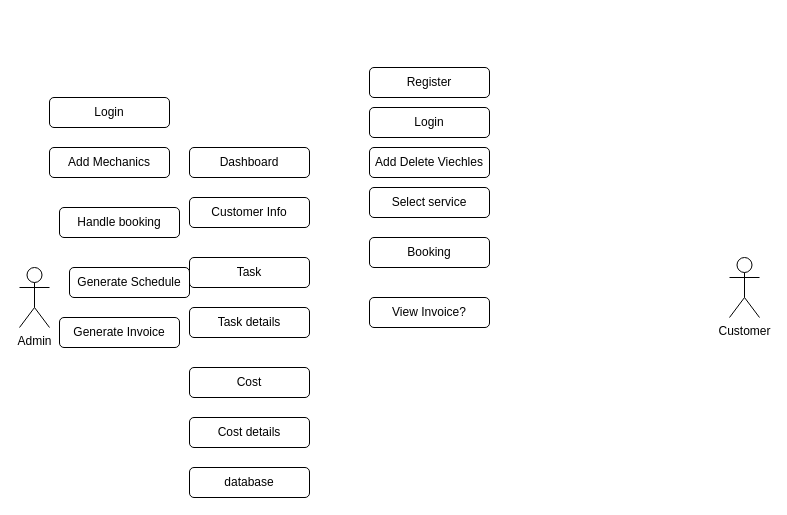
Earlier version of the draw.io diagram Untitled Diagram.drawio (eminishimoto/Garage-management-project). Source tidied: cells renumbered, new cells numbered last; positions are measured from the earlier drawing's top-left corner, leaving out a move shared by most shapes. Both pictures are drawn from the tidied source at 100%, with x=0, y=0 at pixel (19, 67).
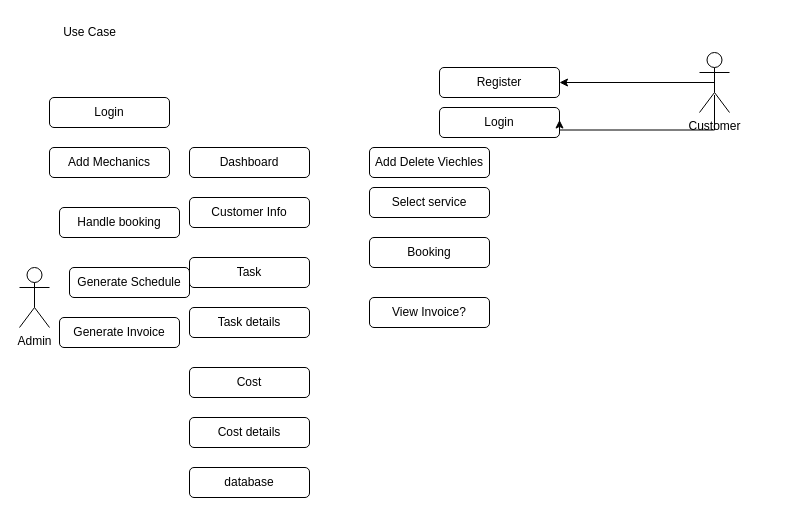
The same diagram, later.

What changed in the source:
```diff
@@
+    <mxCell id="22" style="edgeStyle=orthogonalEdgeStyle;rounded=0;jettySize=auto;html=1;exitX=0.5;exitY=0.5;exitDx=0;exitDy=0;exitPerimeter=0;entryX=1;entryY=0.5;entryDx=0;entryDy=0;" parent="1" edge="1" source="3" target="17">
+      <mxGeometry relative="1" as="geometry" />
+    </mxCell>
     <mxCell id="3" value="Customer" style="shape=umlActor;verticalLabelPosition=bottom;verticalAlign=top;html=1;outlineConnect=0;" parent="1" vertex="1">
-      <mxGeometry x="710" y="190" width="30" height="60" as="geometry" />
+      <mxGeometry x="680" y="-15" width="30" height="60" as="geometry" />
     </mxCell>
@@
     <mxCell id="17" value="Register" style="rounded=1;whiteSpace=wrap;html=1;" parent="1" vertex="1">
-      <mxGeometry x="350" width="120" height="30" as="geometry" />
+      <mxGeometry x="420" width="120" height="30" as="geometry" />
     </mxCell>
     <mxCell id="18" value="Login" style="rounded=1;whiteSpace=wrap;html=1;" parent="1" vertex="1">
-      <mxGeometry x="350" y="40" width="120" height="30" as="geometry" />
+      <mxGeometry x="420" y="40" width="120" height="30" as="geometry" />
     </mxCell>
@@
+    <mxCell id="23" value="Use Case" style="text;html=1;align=center;verticalAlign=middle;strokeColor=none;fillColor=none;" parent="1" vertex="1">
+      <mxGeometry x="30" y="-50" width="80" height="30" as="geometry" />
+    </mxCell>
+    <mxCell id="24" style="edgeStyle=orthogonalEdgeStyle;rounded=0;orthogonalLoop=1;jettySize=auto;html=1;exitX=0.5;exitY=0.5;exitDx=0;exitDy=0;exitPerimeter=0;" parent="1" edge="1">
+      <mxGeometry relative="1" as="geometry">
+        <mxPoint x="695" y="27.5" as="sourcePoint" />
+        <mxPoint x="540" y="52.5" as="targetPoint" />
+        <Array as="points">
+          <mxPoint x="695" y="62.5" />
+          <mxPoint x="540" y="62.5" />
+        </Array>
+      </mxGeometry>
+    </mxCell>
```
